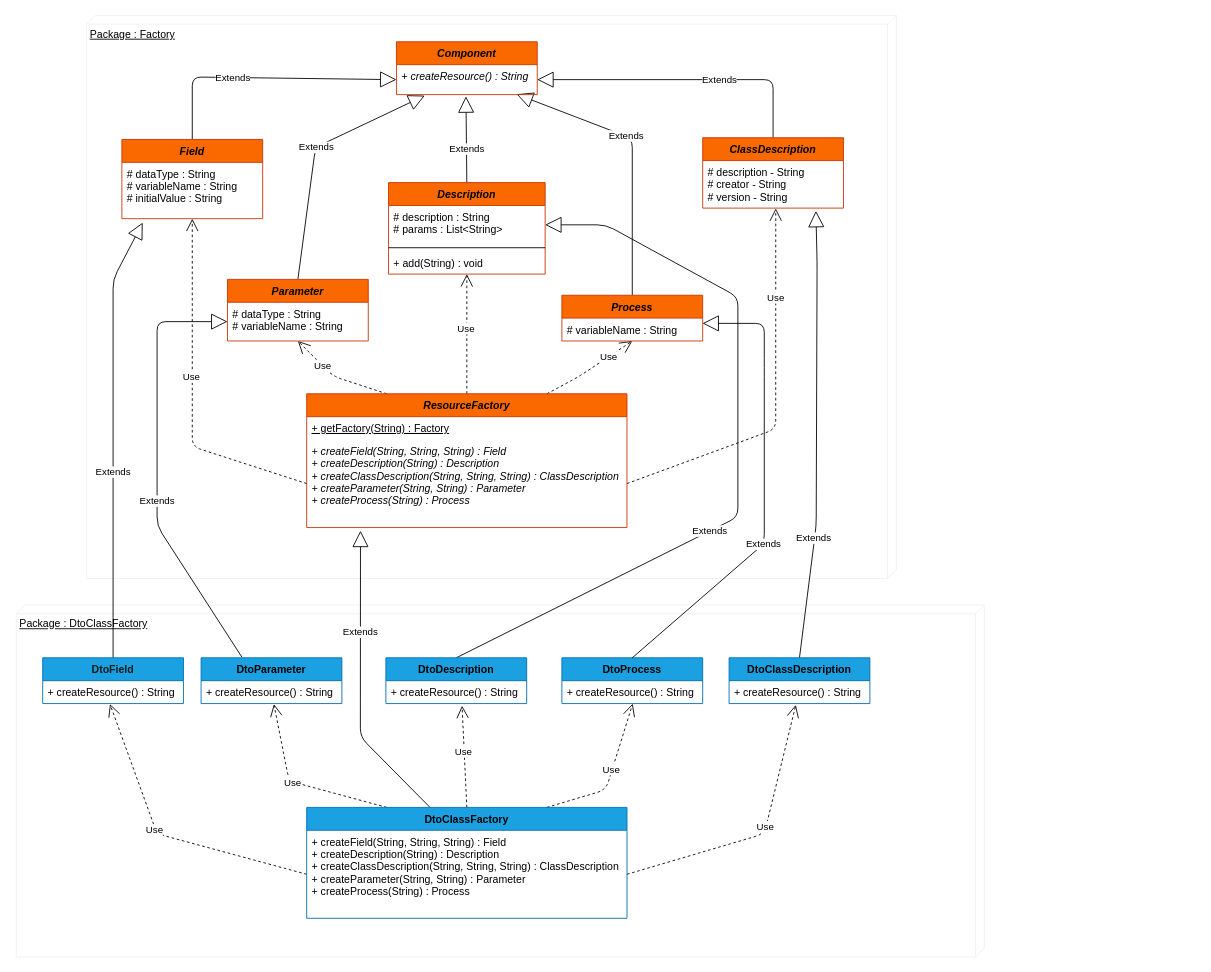
This is drawio/DtoClassFactory.drawio from myConsciousness/dto-generator-engine, a draw.io file, before an edit. Source tidied: cells renumbered, new cells numbered last; positions are measured from the earlier drawing's top-left corner, leaving out a move shared by most shapes. Both pictures are drawn from the tidied source at 88%, with x=0, y=0 at pixel (16, 15).
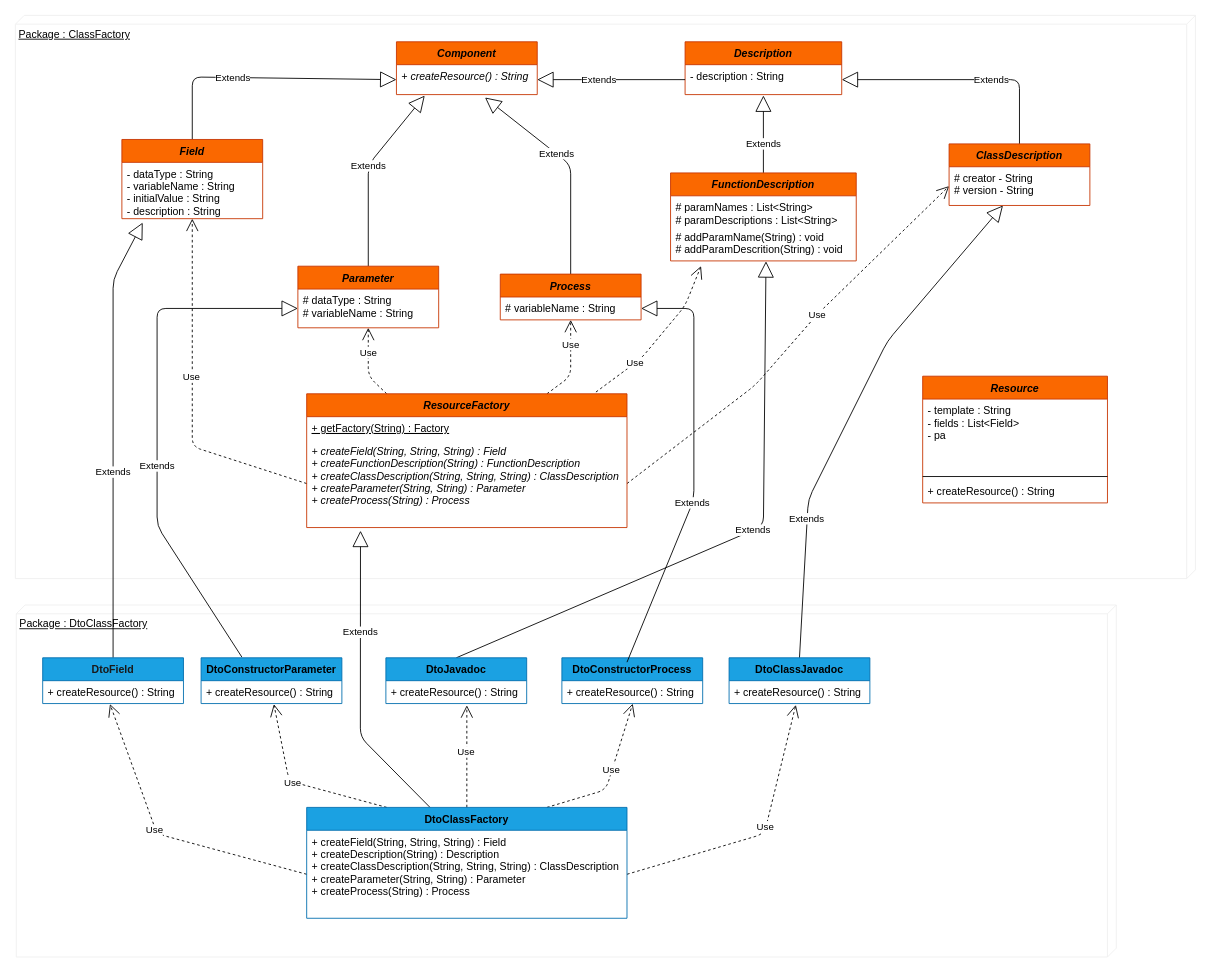
After the change.

The change refers to these unchanged cells:
```xml
<mxCell id="15" value="+ createResource() : String&#10;" style="text;fillColor=none;align=left;verticalAlign=top;spacingLeft=4;spacingRight=4;overflow=hidden;points=[[0,0.5],[1,0.5]];portConstraint=eastwest;fontStyle=2;" parent="14" vertex="1">
  <mxGeometry y="26" width="160" height="34" as="geometry" />
</mxCell>
<mxCell id="18" value="Field" style="swimlane;fontStyle=3;align=center;verticalAlign=top;horizontal=1;startSize=26;strokeColor=#C73500;strokeWidth=1;fillColor=#fa6800;fontColor=#000000;" parent="1" vertex="1">
  <mxGeometry x="120" y="141" width="160" height="90" as="geometry" />
</mxCell>
<mxCell id="34" value="ResourceFactory" style="swimlane;fontStyle=3;align=center;verticalAlign=top;horizontal=1;startSize=26;strokeColor=#C73500;strokeWidth=1;fillColor=#fa6800;fontColor=#000000;" parent="1" vertex="1">
  <mxGeometry x="330" y="430" width="364" height="152" as="geometry" />
</mxCell>
<mxCell id="48" value="+ createResource() : String" style="text;strokeColor=none;fillColor=none;align=left;verticalAlign=top;spacingLeft=4;spacingRight=4;overflow=hidden;points=[[0,0.5],[1,0.5]];portConstraint=eastwest;" parent="47" vertex="1">
  <mxGeometry y="26" width="160" height="26" as="geometry" />
</mxCell>
<mxCell id="49" value="DtoClassFactory" style="swimlane;fontStyle=1;align=center;verticalAlign=top;horizontal=1;startSize=26;strokeColor=#006EAF;strokeWidth=1;fillColor=#1ba1e2;fontColor=#000000;" parent="1" vertex="1">
  <mxGeometry x="330" y="900" width="364" height="126" as="geometry" />
</mxCell>
```

What changed in the source:
```diff
@@
     <mxCell id="2" value="Package : DtoClassFactory" style="verticalAlign=top;align=left;spacingTop=8;spacingLeft=2;spacingRight=12;shape=cube;size=10;direction=south;fontStyle=4;html=1;strokeColor=#F0F0F0;strokeWidth=1;" parent="1" vertex="1">
-      <mxGeometry y="670" width="1100" height="400" as="geometry" />
+      <mxGeometry y="670" width="1250" height="400" as="geometry" />
     </mxCell>
-    <mxCell id="3" value="Package : Factory" style="verticalAlign=top;align=left;spacingTop=8;spacingLeft=2;spacingRight=12;shape=cube;size=10;direction=south;fontStyle=4;html=1;strokeColor=#F0F0F0;strokeWidth=1;" parent="1" vertex="1">
-      <mxGeometry x="80" width="920" height="640" as="geometry" />
+    <mxCell id="3" value="Package : ClassFactory" style="verticalAlign=top;align=left;spacingTop=8;spacingLeft=2;spacingRight=12;shape=cube;size=10;direction=south;fontStyle=4;html=1;strokeColor=#F0F0F0;strokeWidth=1;" parent="1" vertex="1">
+      <mxGeometry x="-1" width="1341" height="640" as="geometry" />
     </mxCell>
@@
-    <mxCell id="5" value="Extends" style="endArrow=block;endSize=16;endFill=0;html=1;exitX=0.5;exitY=0;exitDx=0;exitDy=0;" parent="1" edge="1" source="37">
-      <mxGeometry x="-0.23" relative="1" as="geometry">
-        <mxPoint x="511" y="92" as="targetPoint" />
-      </mxGeometry>
-    </mxCell>
-    <mxCell id="6" value="Extends" style="endArrow=block;endSize=16;endFill=0;html=1;exitX=0.5;exitY=0;exitDx=0;exitDy=0;entryX=1;entryY=0.5;entryDx=0;entryDy=0;" parent="1" edge="1" source="16" target="15">
+    <mxCell id="6" value="Extends" style="endArrow=block;endSize=16;endFill=0;html=1;exitX=0.5;exitY=0;exitDx=0;exitDy=0;entryX=1;entryY=0.5;entryDx=0;entryDy=0;" parent="1" edge="1" source="16" target="38">
       <mxGeometry x="-0.24" relative="1" as="geometry">
         <Array as="points">
-          <mxPoint x="860" y="73" />
+          <mxPoint x="1140" y="73" />
         </Array>
       </mxGeometry>
     </mxCell>
     <mxCell id="7" value="Extends" style="endArrow=block;endSize=16;endFill=0;html=1;exitX=0.5;exitY=0;exitDx=0;exitDy=0;entryX=0.201;entryY=1.034;entryDx=0;entryDy=0;entryPerimeter=0;" parent="1" edge="1" source="20" target="15">
       <mxGeometry x="0.05" relative="1" as="geometry">
         <Array as="points">
-          <mxPoint x="340" y="150" />
+          <mxPoint x="400" y="170" />
         </Array>
       </mxGeometry>
     </mxCell>
-    <mxCell id="8" value="Extends" style="endArrow=block;endSize=16;endFill=0;html=1;exitX=0.5;exitY=0;exitDx=0;exitDy=0;entryX=0.854;entryY=0.989;entryDx=0;entryDy=0;entryPerimeter=0;" parent="1" edge="1" source="25" target="15">
+    <mxCell id="8" value="Extends" style="endArrow=block;endSize=16;endFill=0;html=1;exitX=0.5;exitY=0;exitDx=0;exitDy=0;entryX=0.629;entryY=1.098;entryDx=0;entryDy=0;entryPerimeter=0;" parent="1" edge="1" source="25" target="15">
       <mxGeometry x="0.17" relative="1" as="geometry">
         <Array as="points">
-          <mxPoint x="700" y="140" />
+          <mxPoint x="630" y="170" />
         </Array>
       </mxGeometry>
     </mxCell>
-    <mxCell id="9" value="Use" style="endArrow=open;endSize=12;dashed=1;html=1;exitX=0.5;exitY=0;exitDx=0;exitDy=0;entryX=0.5;entryY=1;entryDx=0;entryDy=0;" parent="1" edge="1" source="34" target="37">
-      <mxGeometry x="0.09" y="1" relative="1" as="geometry" />
-    </mxCell>
     <mxCell id="10" value="Use" style="endArrow=open;endSize=12;dashed=1;html=1;exitX=0.75;exitY=0;exitDx=0;exitDy=0;entryX=0.5;entryY=1;entryDx=0;entryDy=0;" parent="1" edge="1" source="34" target="25">
       <mxGeometry x="0.44" relative="1" as="geometry">
         <Array as="points">
-          <mxPoint x="640" y="410" />
+          <mxPoint x="630" y="410" />
         </Array>
       </mxGeometry>
     </mxCell>
-    <mxCell id="11" value="Use" style="endArrow=open;endSize=12;dashed=1;html=1;exitX=1;exitY=0.5;exitDx=0;exitDy=0;entryX=0.519;entryY=1.007;entryDx=0;entryDy=0;entryPerimeter=0;" parent="1" edge="1" source="36" target="17">
-      <mxGeometry x="0.53" relative="1" as="geometry">
+    <mxCell id="11" value="Use" style="endArrow=open;endSize=12;dashed=1;html=1;exitX=1;exitY=0.5;exitDx=0;exitDy=0;entryX=0;entryY=0.5;entryDx=0;entryDy=0;" parent="1" edge="1" source="36" target="17">
+      <mxGeometry x="0.16" relative="1" as="geometry">
         <Array as="points">
-          <mxPoint x="863" y="470" />
+          <mxPoint x="840" y="420" />
+          <mxPoint x="910" y="340" />
         </Array>
       </mxGeometry>
     </mxCell>
@@
     <mxCell id="13" value="Use" style="endArrow=open;endSize=12;dashed=1;html=1;exitX=0.25;exitY=0;exitDx=0;exitDy=0;entryX=0.5;entryY=1;entryDx=0;entryDy=0;" parent="1" edge="1" source="34" target="20">
       <mxGeometry x="0.34" relative="1" as="geometry">
         <Array as="points">
-          <mxPoint x="360" y="410" />
+          <mxPoint x="400" y="410" />
         </Array>
       </mxGeometry>
     </mxCell>
@@
-    <mxCell id="16" value="ClassDescription" style="swimlane;fontStyle=3;align=center;verticalAlign=top;horizontal=1;startSize=26;strokeColor=#C73500;strokeWidth=1;fillColor=#fa6800;fontColor=#000000;" parent="1" vertex="1">
-      <mxGeometry x="780" y="139" width="160" height="80" as="geometry" />
-    </mxCell>
-    <mxCell id="17" value="# description - String&#10;# creator - String&#10;# version - String" style="text;strokeColor=none;fillColor=none;align=left;verticalAlign=top;spacingLeft=4;spacingRight=4;overflow=hidden;points=[[0,0.5],[1,0.5]];portConstraint=eastwest;" parent="16" vertex="1">
-      <mxGeometry y="26" width="160" height="54" as="geometry" />
-    </mxCell>
@@
-    <mxCell id="19" value="# dataType : String&#10;# variableName : String&#10;# initialValue : String" style="text;strokeColor=none;fillColor=none;align=left;verticalAlign=top;spacingLeft=4;spacingRight=4;overflow=hidden;points=[[0,0.5],[1,0.5]];portConstraint=eastwest;" parent="18" vertex="1">
+    <mxCell id="19" value="- dataType : String&#10;- variableName : String&#10;- initialValue : String&#10;- description : String" style="text;strokeColor=none;fillColor=none;align=left;verticalAlign=top;spacingLeft=4;spacingRight=4;overflow=hidden;points=[[0,0.5],[1,0.5]];portConstraint=eastwest;" parent="18" vertex="1">
       <mxGeometry y="26" width="160" height="64" as="geometry" />
     </mxCell>
-    <mxCell id="20" value="Parameter" style="swimlane;fontStyle=3;align=center;verticalAlign=top;horizontal=1;startSize=26;strokeColor=#C73500;strokeWidth=1;fillColor=#fa6800;fontColor=#000000;" parent="1" vertex="1">
-      <mxGeometry x="240" y="300" width="160" height="70" as="geometry" />
-    </mxCell>
-    <mxCell id="21" value="# dataType : String&#10;# variableName : String" style="text;strokeColor=none;fillColor=none;align=left;verticalAlign=top;spacingLeft=4;spacingRight=4;overflow=hidden;points=[[0,0.5],[1,0.5]];portConstraint=eastwest;" parent="20" vertex="1">
-      <mxGeometry y="26" width="160" height="44" as="geometry" />
-    </mxCell>
@@
     <mxCell id="23" value="Extends" style="endArrow=block;endSize=16;endFill=0;html=1;exitX=0.29;exitY=-0.014;exitDx=0;exitDy=0;entryX=0;entryY=0.5;entryDx=0;entryDy=0;exitPerimeter=0;" parent="1" edge="1" source="45" target="21">
       <mxGeometry x="-0.16" relative="1" as="geometry">
         <Array as="points">
           <mxPoint x="160" y="580" />
-          <mxPoint x="160" y="348" />
+          <mxPoint x="160" y="333" />
         </Array>
       </mxGeometry>
     </mxCell>
-    <mxCell id="24" value="Extends" style="endArrow=block;endSize=16;endFill=0;html=1;exitX=0.5;exitY=0;exitDx=0;exitDy=0;entryX=0.804;entryY=1.059;entryDx=0;entryDy=0;entryPerimeter=0;" parent="1" edge="1" source="41" target="17">
+    <mxCell id="24" value="Extends" style="endArrow=block;endSize=16;endFill=0;html=1;exitX=0.5;exitY=0;exitDx=0;exitDy=0;" parent="1" edge="1" source="41" target="17">
       <mxGeometry x="-0.46" y="1" relative="1" as="geometry">
         <Array as="points">
-          <mxPoint x="909" y="580" />
-          <mxPoint x="910" y="280" />
+          <mxPoint x="900" y="550" />
+          <mxPoint x="990" y="370" />
         </Array>
       </mxGeometry>
     </mxCell>
-    <mxCell id="25" value="Process" style="swimlane;fontStyle=3;align=center;verticalAlign=top;horizontal=1;startSize=26;strokeColor=#C73500;strokeWidth=1;fillColor=#fa6800;fontColor=#000000;" parent="1" vertex="1">
-      <mxGeometry x="620" y="318" width="160" height="52" as="geometry" />
-    </mxCell>
-    <mxCell id="26" value="# variableName : String" style="text;strokeColor=none;fillColor=none;align=left;verticalAlign=top;spacingLeft=4;spacingRight=4;overflow=hidden;points=[[0,0.5],[1,0.5]];portConstraint=eastwest;" parent="25" vertex="1">
-      <mxGeometry y="26" width="160" height="26" as="geometry" />
-    </mxCell>
@@
-    <mxCell id="32" value="Extends" style="endArrow=block;endSize=16;endFill=0;html=1;exitX=0.5;exitY=0;exitDx=0;exitDy=0;entryX=1;entryY=0.5;entryDx=0;entryDy=0;" parent="1" edge="1" source="47" target="38">
-      <mxGeometry x="-0.24" relative="1" as="geometry">
+    <mxCell id="32" value="Extends" style="endArrow=block;endSize=16;endFill=0;html=1;exitX=0.5;exitY=0;exitDx=0;exitDy=0;entryX=0.514;entryY=1.01;entryDx=0;entryDy=0;entryPerimeter=0;" parent="1" edge="1" source="47" target="59">
+      <mxGeometry x="0.08" relative="1" as="geometry">
         <Array as="points">
-          <mxPoint x="820" y="570" />
-          <mxPoint x="820" y="320" />
-          <mxPoint x="670" y="238" />
+          <mxPoint x="849" y="580" />
         </Array>
       </mxGeometry>
     </mxCell>
-    <mxCell id="33" value="Use" style="endArrow=open;endSize=12;dashed=1;html=1;exitX=0.5;exitY=0;exitDx=0;exitDy=0;entryX=0.541;entryY=1.094;entryDx=0;entryDy=0;entryPerimeter=0;" parent="1" edge="1" source="49" target="48">
-      <mxGeometry x="0.09" y="1" relative="1" as="geometry" />
+    <mxCell id="33" value="Use" style="endArrow=open;endSize=12;dashed=1;html=1;exitX=0.5;exitY=0;exitDx=0;exitDy=0;" parent="1" edge="1" source="49">
+      <mxGeometry x="0.09" y="1" relative="1" as="geometry">
+        <mxPoint x="512" y="784" as="targetPoint" />
+      </mxGeometry>
     </mxCell>
@@
-    <mxCell id="36" value="+ createField(String, String, String) : Field&#10;+ createDescription(String) : Description&#10;+ createClassDescription(String, String, String) : ClassDescription&#10;+ createParameter(String, String) : Parameter&#10;+ createProcess(String) : Process" style="text;strokeColor=none;fillColor=none;align=left;verticalAlign=top;spacingLeft=4;spacingRight=4;overflow=hidden;points=[[0,0.5],[1,0.5]];portConstraint=eastwest;fontStyle=2;" parent="34" vertex="1">
+    <mxCell id="36" value="+ createField(String, String, String) : Field&#10;+ createFunctionDescription(String) : FunctionDescription&#10;+ createClassDescription(String, String, String) : ClassDescription&#10;+ createParameter(String, String) : Parameter&#10;+ createProcess(String) : Process" style="text;strokeColor=none;fillColor=none;align=left;verticalAlign=top;spacingLeft=4;spacingRight=4;overflow=hidden;points=[[0,0.5],[1,0.5]];portConstraint=eastwest;fontStyle=2;" parent="34" vertex="1">
       <mxGeometry y="52" width="364" height="100" as="geometry" />
     </mxCell>
-    <mxCell id="37" value="Description" style="swimlane;fontStyle=3;align=center;verticalAlign=top;horizontal=1;startSize=26;strokeColor=#C73500;strokeWidth=1;fillColor=#fa6800;fontColor=#000000;" parent="1" vertex="1">
-      <mxGeometry x="423" y="190" width="178" height="104" as="geometry" />
-    </mxCell>
-    <mxCell id="38" value="# description : String&#10;# params : List&lt;String&gt;" style="text;strokeColor=none;fillColor=none;align=left;verticalAlign=top;spacingLeft=4;spacingRight=4;overflow=hidden;points=[[0,0.5],[1,0.5]];portConstraint=eastwest;" parent="37" vertex="1">
-      <mxGeometry y="26" width="178" height="44" as="geometry" />
-    </mxCell>
-    <mxCell id="39" style="line;strokeWidth=1;fillColor=none;align=left;verticalAlign=middle;spacingTop=-1;spacingLeft=3;spacingRight=3;labelPosition=right;" parent="37" vertex="1">
-      <mxGeometry y="70" width="178" height="8" as="geometry" />
-    </mxCell>
-    <mxCell id="40" value="+ add(String) : void" style="text;strokeColor=none;fillColor=none;align=left;verticalAlign=top;spacingLeft=4;spacingRight=4;overflow=hidden;fontStyle=0;" parent="37" vertex="1">
-      <mxGeometry y="78" width="178" height="26" as="geometry" />
-    </mxCell>
-    <mxCell id="41" value="DtoClassDescription" style="swimlane;fontStyle=1;align=center;verticalAlign=top;horizontal=1;startSize=26;strokeColor=#006EAF;strokeWidth=1;fillColor=#1ba1e2;fontColor=#000000;" parent="1" vertex="1">
+    <mxCell id="41" value="DtoClassJavadoc" style="swimlane;fontStyle=1;align=center;verticalAlign=top;horizontal=1;startSize=26;strokeColor=#006EAF;strokeWidth=1;fillColor=#1ba1e2;fontColor=#000000;" parent="1" vertex="1">
       <mxGeometry x="810" y="730" width="160" height="52" as="geometry" />
     </mxCell>
@@
-    <mxCell id="45" value="DtoParameter" style="swimlane;fontStyle=1;align=center;verticalAlign=top;horizontal=1;startSize=26;strokeColor=#006EAF;strokeWidth=1;fillColor=#1ba1e2;fontColor=#000000;" parent="1" vertex="1">
+    <mxCell id="45" value="DtoConstructorParameter" style="swimlane;fontStyle=1;align=center;verticalAlign=top;horizontal=1;startSize=26;strokeColor=#006EAF;strokeWidth=1;fillColor=#1ba1e2;fontColor=#000000;" parent="1" vertex="1">
       <mxGeometry x="210" y="730" width="160" height="52" as="geometry" />
     </mxCell>
@@
-    <mxCell id="47" value="DtoDescription" style="swimlane;fontStyle=1;align=center;verticalAlign=top;horizontal=1;startSize=26;strokeColor=#006EAF;strokeWidth=1;fillColor=#1ba1e2;fontColor=#000000;" parent="1" vertex="1">
+    <mxCell id="47" value="DtoJavadoc" style="swimlane;fontStyle=1;align=center;verticalAlign=top;horizontal=1;startSize=26;strokeColor=#006EAF;strokeWidth=1;fillColor=#1ba1e2;fontColor=#000000;" parent="1" vertex="1">
       <mxGeometry x="420" y="730" width="160" height="52" as="geometry" />
     </mxCell>
@@
-    <mxCell id="51" value="DtoProcess" style="swimlane;fontStyle=1;align=center;verticalAlign=top;horizontal=1;startSize=26;strokeColor=#006EAF;strokeWidth=1;fillColor=#1ba1e2;fontColor=#000000;" parent="1" vertex="1">
+    <mxCell id="51" value="DtoConstructorProcess" style="swimlane;fontStyle=1;align=center;verticalAlign=top;horizontal=1;startSize=26;strokeColor=#006EAF;strokeWidth=1;fillColor=#1ba1e2;fontColor=#000000;" parent="1" vertex="1">
       <mxGeometry x="620" y="730" width="160" height="52" as="geometry" />
     </mxCell>
@@
-    <mxCell id="53" value="Extends" style="endArrow=block;endSize=16;endFill=0;html=1;exitX=0.5;exitY=0;exitDx=0;exitDy=0;entryX=0.999;entryY=0.229;entryDx=0;entryDy=0;entryPerimeter=0;" parent="1" edge="1" source="51" target="26">
-      <mxGeometry x="-0.24" relative="1" as="geometry">
-        <Array as="points">
-          <mxPoint x="850" y="600" />
-          <mxPoint x="850" y="400" />
-          <mxPoint x="850" y="350" />
-        </Array>
-      </mxGeometry>
-    </mxCell>
@@
+    <mxCell id="37" value="Description" style="swimlane;fontStyle=3;align=center;verticalAlign=top;horizontal=1;startSize=26;strokeColor=#C73500;strokeWidth=1;fillColor=#fa6800;fontColor=#000000;" parent="1" vertex="1">
+      <mxGeometry x="760" y="30" width="178" height="60" as="geometry" />
+    </mxCell>
+    <mxCell id="38" value="- description : String" style="text;strokeColor=none;fillColor=none;align=left;verticalAlign=top;spacingLeft=4;spacingRight=4;overflow=hidden;points=[[0,0.5],[1,0.5]];portConstraint=eastwest;" parent="37" vertex="1">
+      <mxGeometry y="26" width="178" height="34" as="geometry" />
+    </mxCell>
+    <mxCell id="55" value="Extends" style="endArrow=block;endSize=16;endFill=0;html=1;exitX=0;exitY=0.5;exitDx=0;exitDy=0;entryX=1;entryY=0.5;entryDx=0;entryDy=0;" parent="1" edge="1" source="38" target="15">
+      <mxGeometry x="0.17" relative="1" as="geometry" />
+    </mxCell>
+    <mxCell id="20" value="Parameter" style="swimlane;fontStyle=3;align=center;verticalAlign=top;horizontal=1;startSize=26;strokeColor=#C73500;strokeWidth=1;fillColor=#fa6800;fontColor=#000000;" parent="1" vertex="1">
+      <mxGeometry x="320" y="285" width="160" height="70" as="geometry" />
+    </mxCell>
+    <mxCell id="21" value="# dataType : String&#10;# variableName : String" style="text;strokeColor=none;fillColor=none;align=left;verticalAlign=top;spacingLeft=4;spacingRight=4;overflow=hidden;points=[[0,0.5],[1,0.5]];portConstraint=eastwest;" parent="20" vertex="1">
+      <mxGeometry y="26" width="160" height="44" as="geometry" />
+    </mxCell>
+    <mxCell id="16" value="ClassDescription" style="swimlane;fontStyle=3;align=center;verticalAlign=top;horizontal=1;startSize=26;strokeColor=#C73500;strokeWidth=1;fillColor=#fa6800;fontColor=#000000;" parent="1" vertex="1">
+      <mxGeometry x="1060" y="146" width="160" height="70" as="geometry" />
+    </mxCell>
+    <mxCell id="17" value="# creator - String&#10;# version - String" style="text;strokeColor=none;fillColor=none;align=left;verticalAlign=top;spacingLeft=4;spacingRight=4;overflow=hidden;points=[[0,0.5],[1,0.5]];portConstraint=eastwest;" parent="16" vertex="1">
+      <mxGeometry y="26" width="160" height="44" as="geometry" />
+    </mxCell>
+    <mxCell id="5" value="Extends" style="endArrow=block;endSize=16;endFill=0;html=1;exitX=0.5;exitY=0;exitDx=0;exitDy=0;" parent="1" edge="1" source="57">
+      <mxGeometry x="-0.24" relative="1" as="geometry">
+        <mxPoint x="849" y="91" as="targetPoint" />
+      </mxGeometry>
+    </mxCell>
+    <mxCell id="25" value="Process" style="swimlane;fontStyle=3;align=center;verticalAlign=top;horizontal=1;startSize=26;strokeColor=#C73500;strokeWidth=1;fillColor=#fa6800;fontColor=#000000;" parent="1" vertex="1">
+      <mxGeometry x="550" y="294" width="160" height="52" as="geometry" />
+    </mxCell>
+    <mxCell id="26" value="# variableName : String" style="text;strokeColor=none;fillColor=none;align=left;verticalAlign=top;spacingLeft=4;spacingRight=4;overflow=hidden;points=[[0,0.5],[1,0.5]];portConstraint=eastwest;" parent="25" vertex="1">
+      <mxGeometry y="26" width="160" height="26" as="geometry" />
+    </mxCell>
+    <mxCell id="9" value="Use" style="endArrow=open;endSize=12;dashed=1;html=1;exitX=0.903;exitY=-0.013;exitDx=0;exitDy=0;entryX=0.164;entryY=1.147;entryDx=0;entryDy=0;exitPerimeter=0;entryPerimeter=0;" parent="1" edge="1" source="34" target="59">
+      <mxGeometry x="-0.42" relative="1" as="geometry">
+        <Array as="points">
+          <mxPoint x="710" y="390" />
+          <mxPoint x="760" y="330" />
+        </Array>
+      </mxGeometry>
+    </mxCell>
+    <mxCell id="56" value="Extends" style="endArrow=block;endSize=16;endFill=0;html=1;exitX=0.5;exitY=0;exitDx=0;exitDy=0;entryX=1;entryY=0.5;entryDx=0;entryDy=0;" parent="1" edge="1" target="26">
+      <mxGeometry x="-0.18" relative="1" as="geometry">
+        <mxPoint x="694" y="735" as="sourcePoint" />
+        <Array as="points">
+          <mxPoint x="770" y="550" />
+          <mxPoint x="770" y="333" />
+        </Array>
+      </mxGeometry>
+    </mxCell>
+    <mxCell id="57" value="FunctionDescription" style="swimlane;fontStyle=3;align=center;verticalAlign=top;horizontal=1;startSize=26;strokeColor=#C73500;strokeWidth=1;fillColor=#fa6800;fontColor=#000000;" parent="1" vertex="1">
+      <mxGeometry x="743.5" y="179" width="211" height="100" as="geometry" />
+    </mxCell>
+    <mxCell id="58" value="# paramNames : List&lt;String&gt;&#10;# paramDescriptions : List&lt;String&gt;" style="text;strokeColor=none;fillColor=none;align=left;verticalAlign=top;spacingLeft=4;spacingRight=4;overflow=hidden;" parent="57" vertex="1">
+      <mxGeometry y="26" width="211" height="34" as="geometry" />
+    </mxCell>
+    <mxCell id="59" value="# addParamName(String) : void&#10;# addParamDescrition(String) : void" style="text;strokeColor=none;fillColor=none;align=left;verticalAlign=top;spacingLeft=4;spacingRight=4;overflow=hidden;points=[[0,0.5],[1,0.5]];portConstraint=eastwest;" parent="57" vertex="1">
+      <mxGeometry y="60" width="211" height="40" as="geometry" />
+    </mxCell>
+    <mxCell id="60" value="Resource" style="swimlane;fontStyle=3;align=center;verticalAlign=top;horizontal=1;startSize=26;strokeColor=#C73500;fillColor=#FA6800;fontColor=#000000;" parent="1" vertex="1">
+      <mxGeometry x="1030" y="410" width="210" height="144" as="geometry" />
+    </mxCell>
+    <mxCell id="61" value="- template : String&#10;- fields : List&lt;Field&gt;&#10;- pa" style="text;strokeColor=none;fillColor=none;align=left;verticalAlign=top;spacingLeft=4;spacingRight=4;overflow=hidden;" parent="60" vertex="1">
+      <mxGeometry y="26" width="210" height="84" as="geometry" />
+    </mxCell>
+    <mxCell id="62" style="line;strokeWidth=1;fillColor=none;align=left;verticalAlign=middle;spacingTop=-1;spacingLeft=3;spacingRight=3;labelPosition=right;" parent="60" vertex="1">
+      <mxGeometry y="110" width="210" height="8" as="geometry" />
+    </mxCell>
+    <mxCell id="63" value="+ createResource() : String" style="text;strokeColor=none;fillColor=none;align=left;verticalAlign=top;spacingLeft=4;spacingRight=4;overflow=hidden;" parent="60" vertex="1">
+      <mxGeometry y="118" width="210" height="26" as="geometry" />
+    </mxCell>
```
